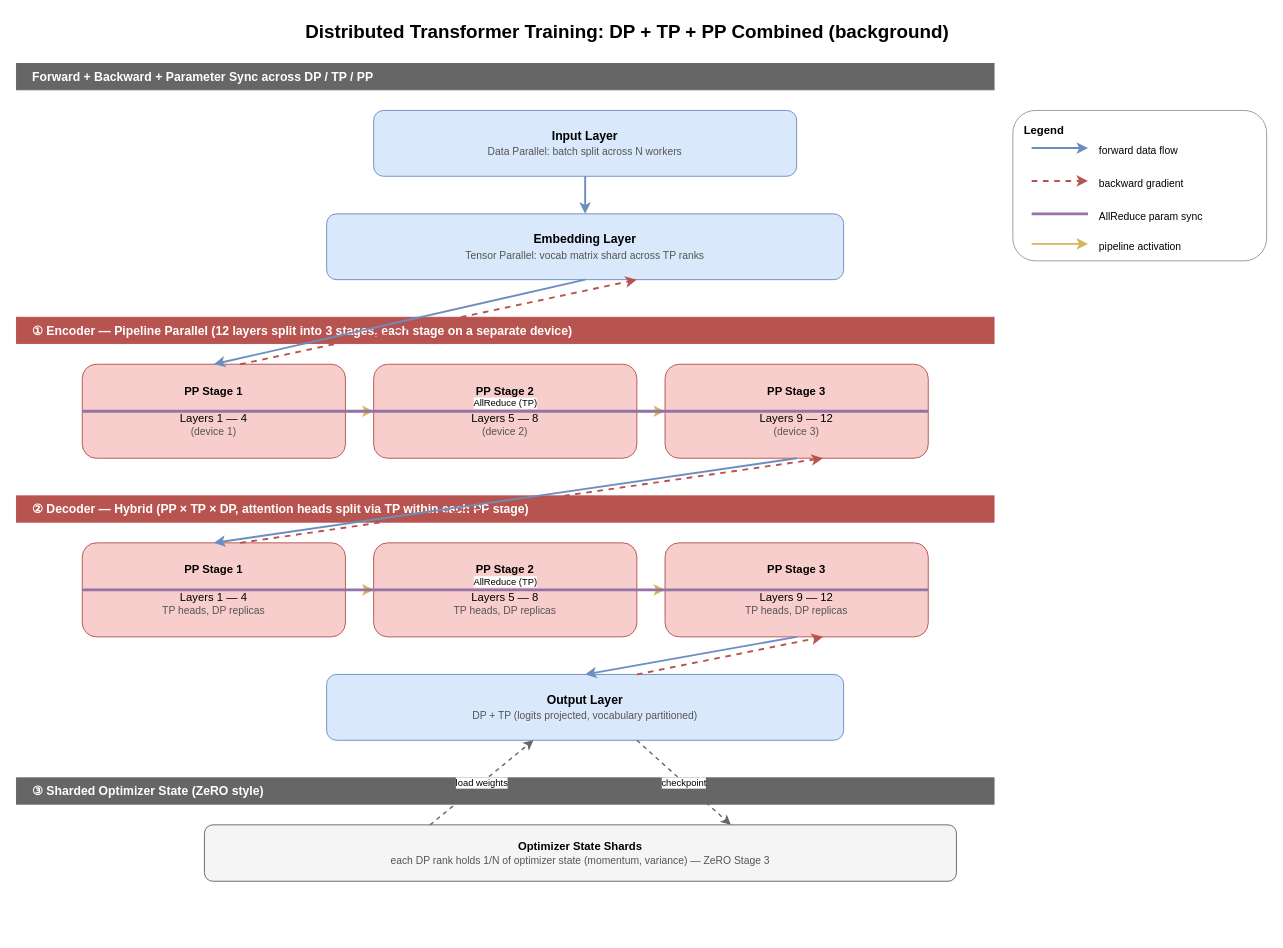
Above: plot/distributed_transformer.drawio in bruce5800/Undergraduate-Project (draw.io), before the change. Source tidied: cells renumbered, new cells numbered last; positions are measured from the earlier drawing's top-left corner, leaving out a move shared by most shapes. Both pictures are drawn from the tidied source at 94%, with x=0, y=0 at pixel (16, 16).
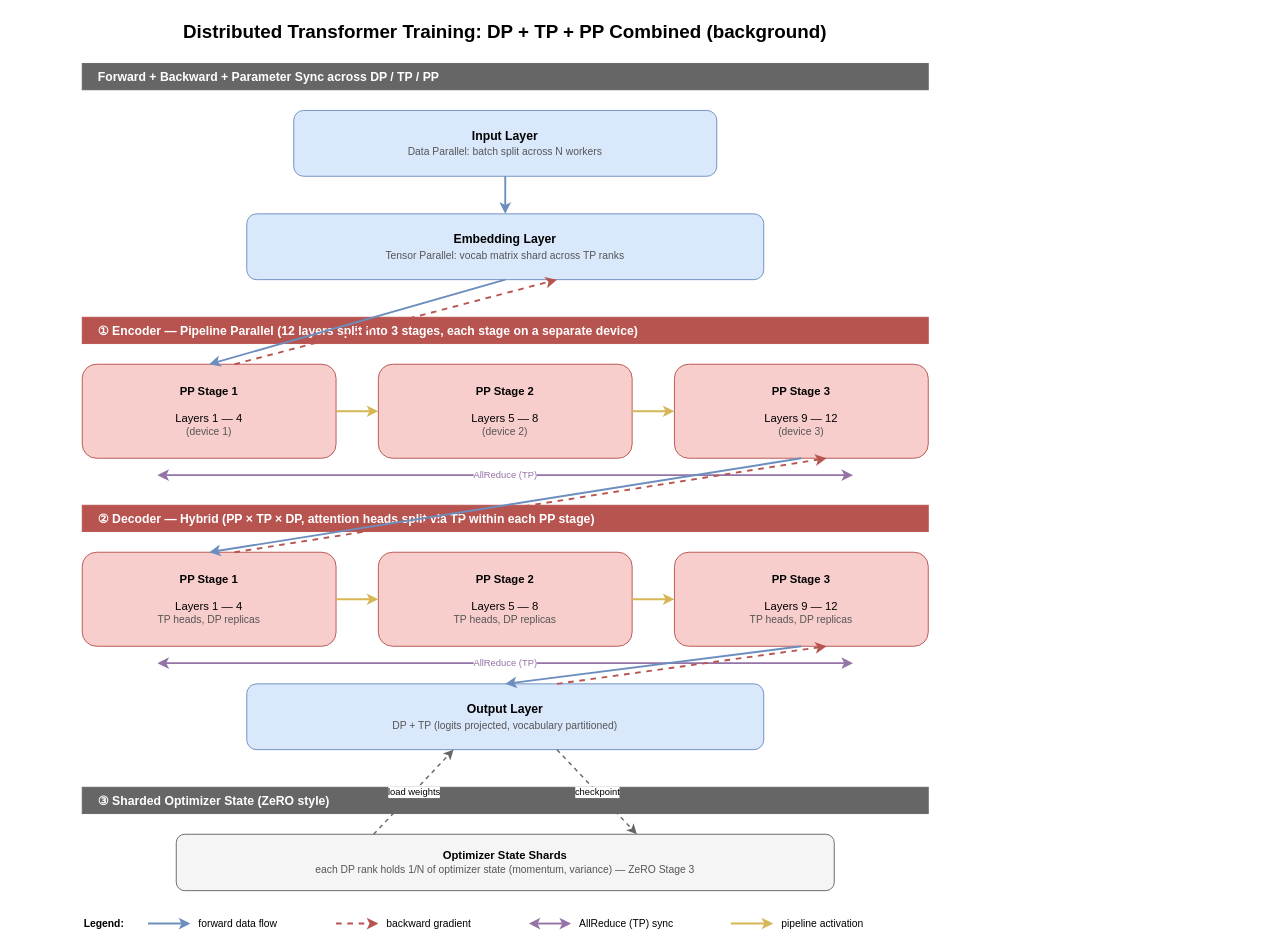
Above is the later version.

The edit, as a diff of the source:
```diff
@@
     <mxCell id="2" value="Distributed Transformer Training: DP + TP + PP Combined (background)" style="text;html=1;align=center;verticalAlign=middle;whiteSpace=wrap;rounded=0;fontSize=20;fontStyle=1;" parent="1" vertex="1">
-      <mxGeometry x="250" width="800" height="30" as="geometry" />
+      <mxGeometry x="70" width="900" height="30" as="geometry" />
     </mxCell>
-    <mxCell id="3" value="&lt;b&gt;Legend&lt;/b&gt;" style="rounded=1;whiteSpace=wrap;html=1;fillColor=#ffffff;strokeColor=#999999;fontSize=12;verticalAlign=top;spacingTop=8;align=left;spacingLeft=10;" parent="1" vertex="1">
-      <mxGeometry x="1060" y="100" width="270" height="160" as="geometry" />
-    </mxCell>
-    <mxCell id="4" style="endArrow=classic;html=1;strokeColor=#6c8ebf;strokeWidth=2;" parent="1" edge="1">
-      <mxGeometry relative="1" as="geometry">
-        <mxPoint x="1080" y="140" as="sourcePoint" />
-        <mxPoint x="1140" y="140" as="targetPoint" />
-      </mxGeometry>
-    </mxCell>
-    <mxCell id="5" value="forward data flow" style="text;html=1;align=left;fontSize=11;" parent="1" vertex="1">
-      <mxGeometry x="1150" y="130" width="170" height="20" as="geometry" />
-    </mxCell>
-    <mxCell id="6" style="endArrow=classic;html=1;strokeColor=#b85450;strokeWidth=2;dashed=1;" parent="1" edge="1">
-      <mxGeometry relative="1" as="geometry">
-        <mxPoint x="1080" y="175" as="sourcePoint" />
-        <mxPoint x="1140" y="175" as="targetPoint" />
-      </mxGeometry>
-    </mxCell>
-    <mxCell id="7" value="backward gradient" style="text;html=1;align=left;fontSize=11;" parent="1" vertex="1">
-      <mxGeometry x="1150" y="165" width="170" height="20" as="geometry" />
-    </mxCell>
-    <mxCell id="8" style="endArrow=none;html=1;strokeColor=#9673a6;strokeWidth=3;" parent="1" edge="1">
-      <mxGeometry relative="1" as="geometry">
-        <mxPoint x="1080" y="210" as="sourcePoint" />
-        <mxPoint x="1140" y="210" as="targetPoint" />
-      </mxGeometry>
-    </mxCell>
-    <mxCell id="9" value="AllReduce param sync" style="text;html=1;align=left;fontSize=11;" parent="1" vertex="1">
-      <mxGeometry x="1150" y="200" width="170" height="20" as="geometry" />
-    </mxCell>
-    <mxCell id="10" style="endArrow=classic;html=1;strokeColor=#d6b656;strokeWidth=2;" parent="1" edge="1">
-      <mxGeometry relative="1" as="geometry">
-        <mxPoint x="1080" y="242" as="sourcePoint" />
-        <mxPoint x="1140" y="242" as="targetPoint" />
-      </mxGeometry>
-    </mxCell>
-    <mxCell id="11" value="pipeline activation" style="text;html=1;align=left;fontSize=11;" parent="1" vertex="1">
-      <mxGeometry x="1150" y="232" width="170" height="20" as="geometry" />
-    </mxCell>
     <mxCell id="12" value="Forward + Backward + Parameter Sync across DP / TP / PP" style="rounded=0;whiteSpace=wrap;html=1;fillColor=#666666;strokeColor=#666666;fontColor=#FFFFFF;fontSize=13;fontStyle=1;align=left;spacingLeft=15;" parent="1" vertex="1">
-      <mxGeometry y="50" width="1040" height="28" as="geometry" />
+      <mxGeometry x="70" y="50" width="900" height="28" as="geometry" />
     </mxCell>
     <mxCell id="13" value="&lt;b&gt;Input Layer&lt;/b&gt;&lt;br&gt;&lt;span style='font-size:11px;color:#555;'&gt;Data Parallel: batch split across N workers&lt;/span&gt;" style="rounded=1;whiteSpace=wrap;html=1;fillColor=#dae8fc;strokeColor=#6c8ebf;fontSize=13;verticalAlign=middle;align=center;" parent="1" vertex="1">
-      <mxGeometry x="380" y="100" width="450" height="70" as="geometry" />
+      <mxGeometry x="295" y="100" width="450" height="70" as="geometry" />
     </mxCell>
     <mxCell id="14" value="&lt;b&gt;Embedding Layer&lt;/b&gt;&lt;br&gt;&lt;span style='font-size:11px;color:#555;'&gt;Tensor Parallel: vocab matrix shard across TP ranks&lt;/span&gt;" style="rounded=1;whiteSpace=wrap;html=1;fillColor=#dae8fc;strokeColor=#6c8ebf;fontSize=13;verticalAlign=middle;align=center;" parent="1" vertex="1">
-      <mxGeometry x="330" y="210" width="550" height="70" as="geometry" />
+      <mxGeometry x="245" y="210" width="550" height="70" as="geometry" />
     </mxCell>
     <mxCell id="15" value="① Encoder — Pipeline Parallel (12 layers split into 3 stages, each stage on a separate device)" style="rounded=0;whiteSpace=wrap;html=1;fillColor=#b85450;strokeColor=#b85450;fontColor=#FFFFFF;fontSize=13;fontStyle=1;align=left;spacingLeft=15;" parent="1" vertex="1">
-      <mxGeometry y="320" width="1040" height="28" as="geometry" />
+      <mxGeometry x="70" y="320" width="900" height="28" as="geometry" />
     </mxCell>
     <mxCell id="16" value="&lt;b&gt;PP Stage 1&lt;/b&gt;&lt;br&gt;&lt;br&gt;Layers 1 — 4&lt;br&gt;&lt;span style='font-size:11px;color:#555;'&gt;(device 1)&lt;/span&gt;" style="rounded=1;whiteSpace=wrap;html=1;fillColor=#f8cecc;strokeColor=#b85450;fontSize=12;verticalAlign=middle;align=center;" parent="1" vertex="1">
-      <mxGeometry x="70" y="370" width="280" height="100" as="geometry" />
+      <mxGeometry x="70" y="370" width="270" height="100" as="geometry" />
     </mxCell>
     <mxCell id="17" value="&lt;b&gt;PP Stage 2&lt;/b&gt;&lt;br&gt;&lt;br&gt;Layers 5 — 8&lt;br&gt;&lt;span style='font-size:11px;color:#555;'&gt;(device 2)&lt;/span&gt;" style="rounded=1;whiteSpace=wrap;html=1;fillColor=#f8cecc;strokeColor=#b85450;fontSize=12;verticalAlign=middle;align=center;" parent="1" vertex="1">
-      <mxGeometry x="380" y="370" width="280" height="100" as="geometry" />
+      <mxGeometry x="385" y="370" width="270" height="100" as="geometry" />
     </mxCell>
     <mxCell id="18" value="&lt;b&gt;PP Stage 3&lt;/b&gt;&lt;br&gt;&lt;br&gt;Layers 9 — 12&lt;br&gt;&lt;span style='font-size:11px;color:#555;'&gt;(device 3)&lt;/span&gt;" style="rounded=1;whiteSpace=wrap;html=1;fillColor=#f8cecc;strokeColor=#b85450;fontSize=12;verticalAlign=middle;align=center;" parent="1" vertex="1">
-      <mxGeometry x="690" y="370" width="280" height="100" as="geometry" />
+      <mxGeometry x="700" y="370" width="270" height="100" as="geometry" />
     </mxCell>
+    <mxCell id="37" value="AllReduce (TP)" style="endArrow=classic;startArrow=classic;html=1;strokeColor=#9673a6;strokeWidth=2;fontSize=10;fontColor=#9673a6;labelBackgroundColor=#ffffff;" parent="1" edge="1">
+      <mxGeometry relative="1" as="geometry">
+        <mxPoint x="150" y="488" as="sourcePoint" />
+        <mxPoint x="890" y="488" as="targetPoint" />
+      </mxGeometry>
+    </mxCell>
     <mxCell id="19" value="② Decoder — Hybrid (PP × TP × DP, attention heads split via TP within each PP stage)" style="rounded=0;whiteSpace=wrap;html=1;fillColor=#b85450;strokeColor=#b85450;fontColor=#FFFFFF;fontSize=13;fontStyle=1;align=left;spacingLeft=15;" parent="1" vertex="1">
-      <mxGeometry y="510" width="1040" height="28" as="geometry" />
+      <mxGeometry x="70" y="520" width="900" height="28" as="geometry" />
     </mxCell>
     <mxCell id="20" value="&lt;b&gt;PP Stage 1&lt;/b&gt;&lt;br&gt;&lt;br&gt;Layers 1 — 4&lt;br&gt;&lt;span style='font-size:11px;color:#555;'&gt;TP heads, DP replicas&lt;/span&gt;" style="rounded=1;whiteSpace=wrap;html=1;fillColor=#f8cecc;strokeColor=#b85450;fontSize=12;verticalAlign=middle;align=center;" parent="1" vertex="1">
-      <mxGeometry x="70" y="560" width="280" height="100" as="geometry" />
+      <mxGeometry x="70" y="570" width="270" height="100" as="geometry" />
     </mxCell>
     <mxCell id="21" value="&lt;b&gt;PP Stage 2&lt;/b&gt;&lt;br&gt;&lt;br&gt;Layers 5 — 8&lt;br&gt;&lt;span style='font-size:11px;color:#555;'&gt;TP heads, DP replicas&lt;/span&gt;" style="rounded=1;whiteSpace=wrap;html=1;fillColor=#f8cecc;strokeColor=#b85450;fontSize=12;verticalAlign=middle;align=center;" parent="1" vertex="1">
-      <mxGeometry x="380" y="560" width="280" height="100" as="geometry" />
+      <mxGeometry x="385" y="570" width="270" height="100" as="geometry" />
     </mxCell>
     <mxCell id="22" value="&lt;b&gt;PP Stage 3&lt;/b&gt;&lt;br&gt;&lt;br&gt;Layers 9 — 12&lt;br&gt;&lt;span style='font-size:11px;color:#555;'&gt;TP heads, DP replicas&lt;/span&gt;" style="rounded=1;whiteSpace=wrap;html=1;fillColor=#f8cecc;strokeColor=#b85450;fontSize=12;verticalAlign=middle;align=center;" parent="1" vertex="1">
-      <mxGeometry x="690" y="560" width="280" height="100" as="geometry" />
+      <mxGeometry x="700" y="570" width="270" height="100" as="geometry" />
     </mxCell>
+    <mxCell id="38" value="AllReduce (TP)" style="endArrow=classic;startArrow=classic;html=1;strokeColor=#9673a6;strokeWidth=2;fontSize=10;fontColor=#9673a6;labelBackgroundColor=#ffffff;" parent="1" edge="1">
+      <mxGeometry relative="1" as="geometry">
+        <mxPoint x="150" y="688" as="sourcePoint" />
+        <mxPoint x="890" y="688" as="targetPoint" />
+      </mxGeometry>
+    </mxCell>
     <mxCell id="23" value="&lt;b&gt;Output Layer&lt;/b&gt;&lt;br&gt;&lt;span style='font-size:11px;color:#555;'&gt;DP + TP (logits projected, vocabulary partitioned)&lt;/span&gt;" style="rounded=1;whiteSpace=wrap;html=1;fillColor=#dae8fc;strokeColor=#6c8ebf;fontSize=13;verticalAlign=middle;align=center;" parent="1" vertex="1">
-      <mxGeometry x="330" y="700" width="550" height="70" as="geometry" />
+      <mxGeometry x="245" y="710" width="550" height="70" as="geometry" />
     </mxCell>
     <mxCell id="24" value="③ Sharded Optimizer State (ZeRO style)" style="rounded=0;whiteSpace=wrap;html=1;fillColor=#666666;strokeColor=#666666;fontColor=#FFFFFF;fontSize=13;fontStyle=1;align=left;spacingLeft=15;" parent="1" vertex="1">
-      <mxGeometry y="810" width="1040" height="28" as="geometry" />
+      <mxGeometry x="70" y="820" width="900" height="28" as="geometry" />
     </mxCell>
     <mxCell id="25" value="&lt;b&gt;Optimizer State Shards&lt;/b&gt;&lt;br&gt;&lt;span style='font-size:11px;color:#555;'&gt;each DP rank holds 1/N of optimizer state (momentum, variance) — ZeRO Stage 3&lt;/span&gt;" style="rounded=1;whiteSpace=wrap;html=1;fillColor=#f5f5f5;strokeColor=#666666;fontSize=12;verticalAlign=middle;align=center;" parent="1" vertex="1">
-      <mxGeometry x="200" y="860" width="800" height="60" as="geometry" />
+      <mxGeometry x="170" y="870" width="700" height="60" as="geometry" />
     </mxCell>
@@
-    <mxCell id="37" value="AllReduce (TP)" style="endArrow=none;html=1;strokeColor=#9673a6;strokeWidth=3;fontSize=10;verticalAlign=bottom;" parent="1" edge="1">
-      <mxGeometry relative="1" as="geometry">
-        <mxPoint x="70" y="420" as="sourcePoint" />
-        <mxPoint x="970" y="420" as="targetPoint" />
-      </mxGeometry>
-    </mxCell>
-    <mxCell id="38" value="AllReduce (TP)" style="endArrow=none;html=1;strokeColor=#9673a6;strokeWidth=3;fontSize=10;verticalAlign=bottom;" parent="1" edge="1">
-      <mxGeometry relative="1" as="geometry">
-        <mxPoint x="70" y="610" as="sourcePoint" />
-        <mxPoint x="970" y="610" as="targetPoint" />
-      </mxGeometry>
-    </mxCell>
-    <mxCell id="39" value="load weights" style="endArrow=classic;html=1;exitX=0.3;exitY=0;entryX=0.4;entryY=1;strokeColor=#666666;strokeWidth=1.5;fontSize=10;dashed=1;" parent="1" edge="1" source="25" target="23">
+    <mxCell id="39" value="load weights" style="endArrow=classic;html=1;exitX=0.3;exitY=0;entryX=0.4;entryY=1;strokeColor=#666666;strokeWidth=1.5;fontSize=10;dashed=1;labelBackgroundColor=#ffffff;" parent="1" edge="1" source="25" target="23">
       <mxGeometry relative="1" as="geometry" />
     </mxCell>
-    <mxCell id="40" value="checkpoint" style="endArrow=classic;html=1;exitX=0.6;exitY=1;entryX=0.7;entryY=0;strokeColor=#666666;strokeWidth=1.5;fontSize=10;dashed=1;" parent="1" edge="1" source="23" target="25">
+    <mxCell id="40" value="checkpoint" style="endArrow=classic;html=1;exitX=0.6;exitY=1;entryX=0.7;entryY=0;strokeColor=#666666;strokeWidth=1.5;fontSize=10;dashed=1;labelBackgroundColor=#ffffff;" parent="1" edge="1" source="23" target="25">
       <mxGeometry relative="1" as="geometry" />
     </mxCell>
+    <mxCell id="41" value="Legend:" style="text;html=1;align=left;verticalAlign=middle;fontSize=11;fontStyle=1;" parent="1" vertex="1">
+      <mxGeometry x="70" y="955" width="60" height="20" as="geometry" />
+    </mxCell>
+    <mxCell id="42" style="endArrow=classic;html=1;strokeColor=#6c8ebf;strokeWidth=2;" parent="1" edge="1">
+      <mxGeometry relative="1" as="geometry">
+        <mxPoint x="140" y="965" as="sourcePoint" />
+        <mxPoint x="185" y="965" as="targetPoint" />
+      </mxGeometry>
+    </mxCell>
+    <mxCell id="5" value="forward data flow" style="text;html=1;align=left;verticalAlign=middle;fontSize=11;" parent="1" vertex="1">
+      <mxGeometry x="192" y="955" width="120" height="20" as="geometry" />
+    </mxCell>
+    <mxCell id="43" style="endArrow=classic;html=1;strokeColor=#b85450;strokeWidth=2;dashed=1;" parent="1" edge="1">
+      <mxGeometry relative="1" as="geometry">
+        <mxPoint x="340" y="965" as="sourcePoint" />
+        <mxPoint x="385" y="965" as="targetPoint" />
+      </mxGeometry>
+    </mxCell>
+    <mxCell id="7" value="backward gradient" style="text;html=1;align=left;verticalAlign=middle;fontSize=11;" parent="1" vertex="1">
+      <mxGeometry x="392" y="955" width="125" height="20" as="geometry" />
+    </mxCell>
+    <mxCell id="44" style="endArrow=classic;startArrow=classic;html=1;strokeColor=#9673a6;strokeWidth=2;" parent="1" edge="1">
+      <mxGeometry relative="1" as="geometry">
+        <mxPoint x="545" y="965" as="sourcePoint" />
+        <mxPoint x="590" y="965" as="targetPoint" />
+      </mxGeometry>
+    </mxCell>
+    <mxCell id="45" value="AllReduce (TP) sync" style="text;html=1;align=left;verticalAlign=middle;fontSize=11;" parent="1" vertex="1">
+      <mxGeometry x="597" y="955" width="135" height="20" as="geometry" />
+    </mxCell>
+    <mxCell id="46" style="endArrow=classic;html=1;strokeColor=#d6b656;strokeWidth=2;" parent="1" edge="1">
+      <mxGeometry relative="1" as="geometry">
+        <mxPoint x="760" y="965" as="sourcePoint" />
+        <mxPoint x="805" y="965" as="targetPoint" />
+      </mxGeometry>
+    </mxCell>
+    <mxCell id="11" value="pipeline activation" style="text;html=1;align=left;verticalAlign=middle;fontSize=11;" parent="1" vertex="1">
+      <mxGeometry x="812" y="955" width="130" height="20" as="geometry" />
+    </mxCell>
```
